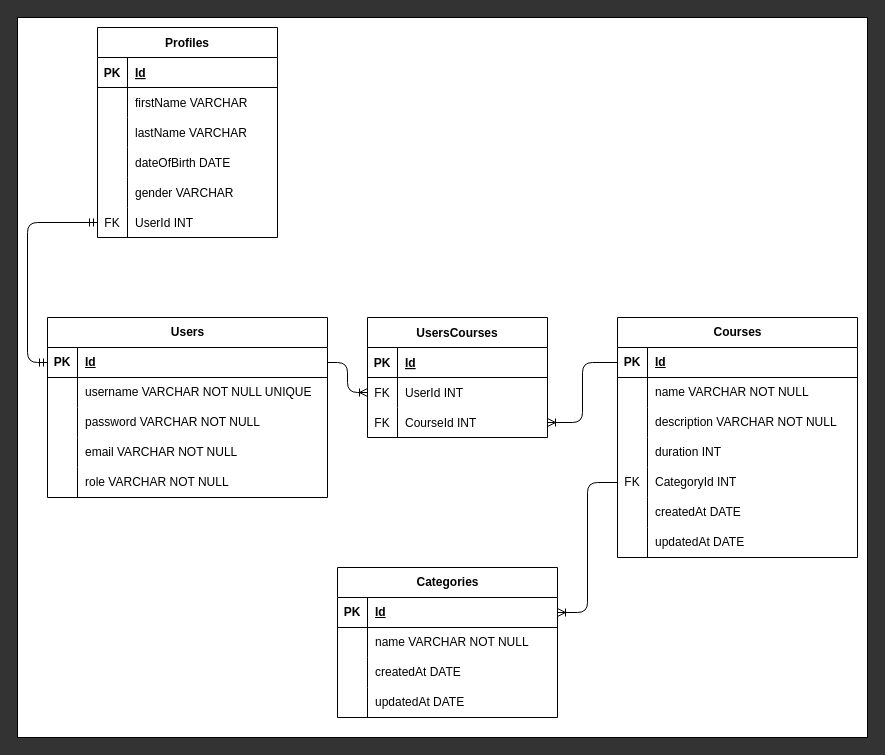
Above: Schema/edutech.drawio in mfaishal82/Pro-EduTech (draw.io), before the change. Source tidied: cells renumbered, new cells numbered last; positions are measured from the earlier drawing's top-left corner, leaving out a move shared by most shapes. Both pictures are drawn from the tidied source at 100%, with x=0, y=0 at pixel (17, 17).
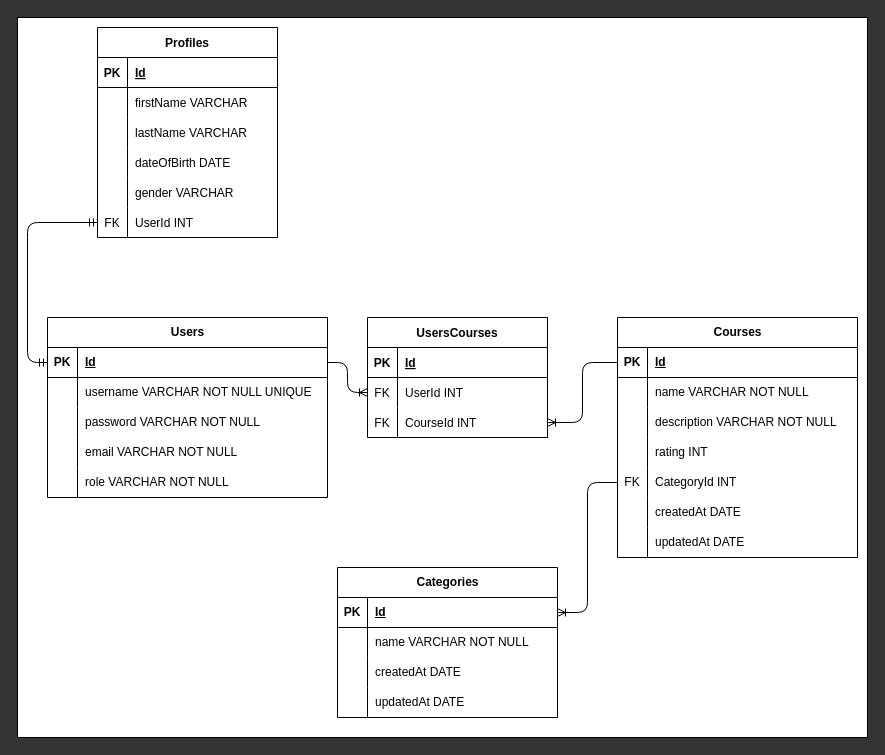
Above is the later version.

The change refers to these unchanged cells:
```xml
<mxCell id="13" style="shape=tableRow;horizontal=0;startSize=0;swimlaneHead=0;swimlaneBody=0;fillColor=none;top=0;left=0;right=0;bottom=0;" parent="3" vertex="1">
  <mxGeometry y="120" width="240" height="30" as="geometry" />
</mxCell>
```

The edit, as a diff of the source:
```diff
@@
-    <mxCell id="15" value="duration INT" style="shape=partialRectangle;fillColor=none;top=0;left=0;bottom=0;right=0;align=left;spacingLeft=6;overflow=hidden;whiteSpace=wrap;html=1;" parent="13" vertex="1">
+    <mxCell id="15" value="rating INT" style="shape=partialRectangle;fillColor=none;top=0;left=0;bottom=0;right=0;align=left;spacingLeft=6;overflow=hidden;whiteSpace=wrap;html=1;" parent="13" vertex="1">
       <mxGeometry x="30" width="210" height="30" as="geometry" />
     </mxCell>
```
